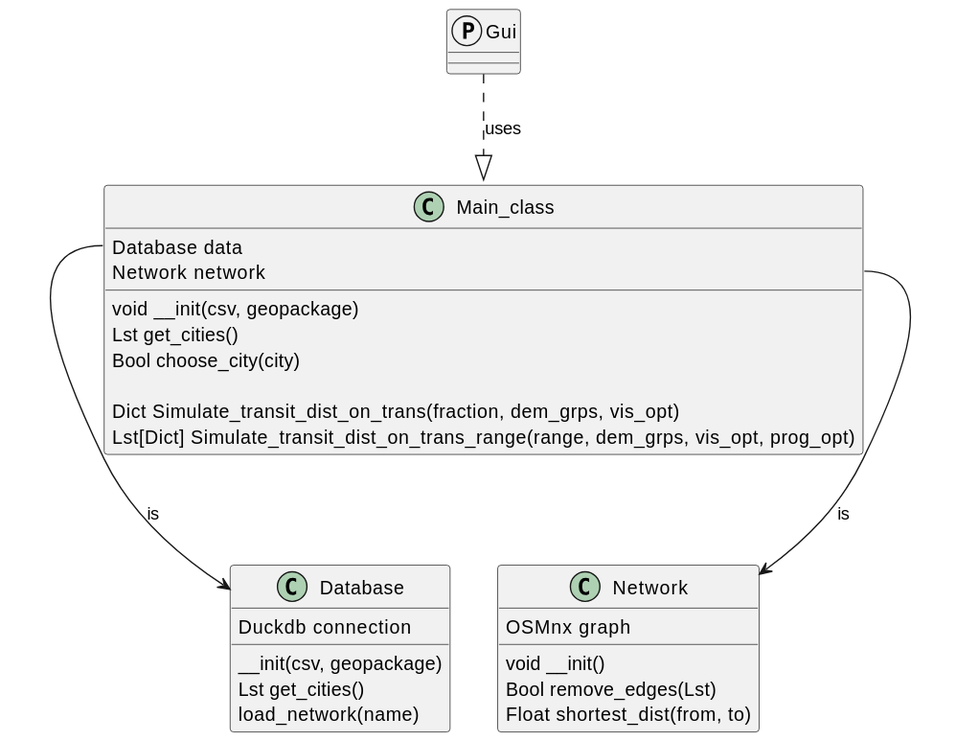
This is Project-Overview/Design/Outer_design/UML.svg from Tobias0107/STDAP, a PlantUML export, as it was before one commit.
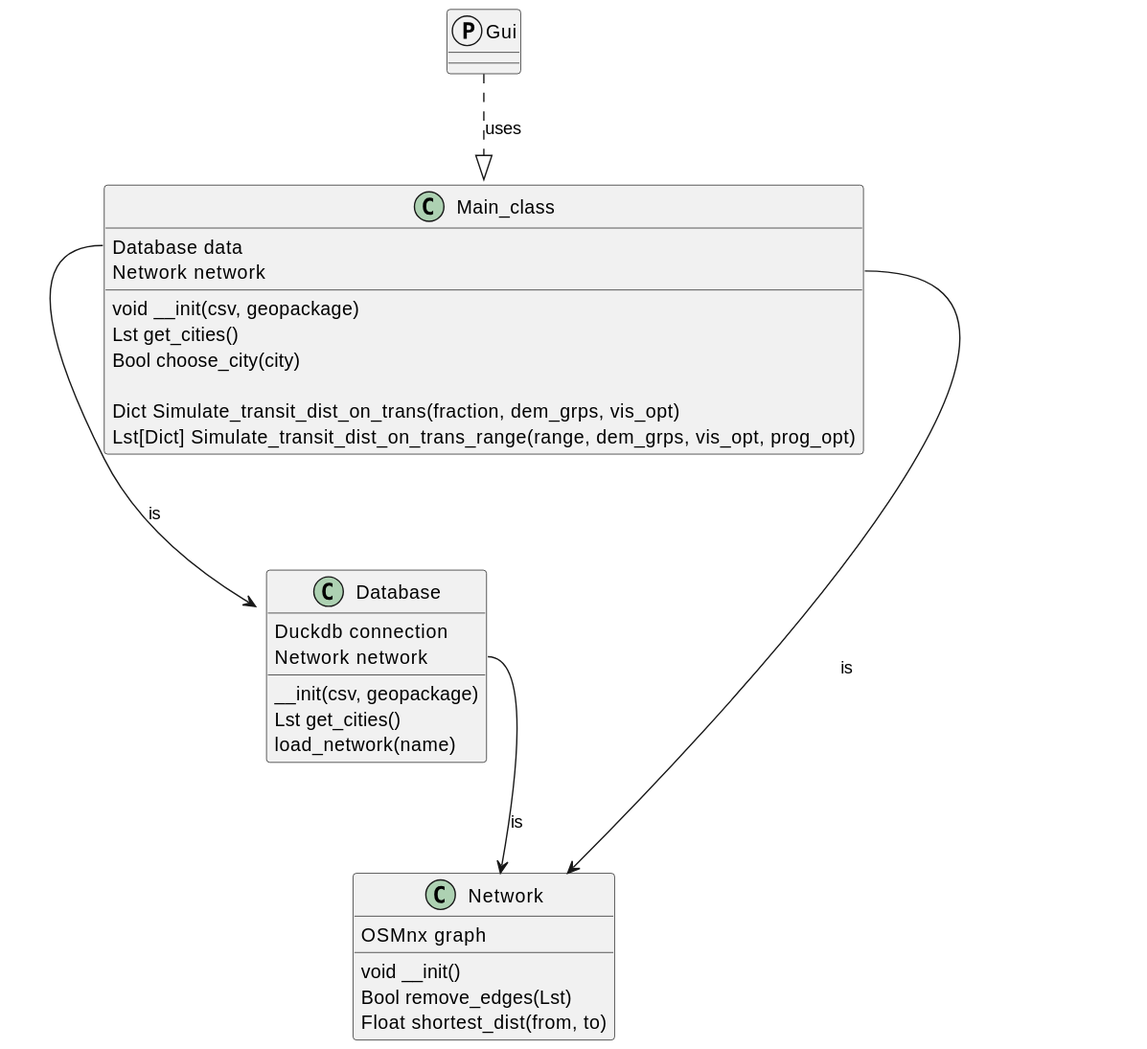
After the commit.

Commit message:
Comments + UML change + defined methods I want to implement later

The edit, as a diff of the source:
```diff
@@ -13,6 +13,7 @@
 
 class Database {
     Duckdb connection
+    Network network
 
     __init(csv, geopackage)
     Lst get_cities()
@@ -31,6 +32,7 @@
 
 Main_class::data --> Database : is
 Main_class::network --> Network : is
+Database::network --> Network : is
 
 Gui ..|> Main_class : uses
 @enduml
```
